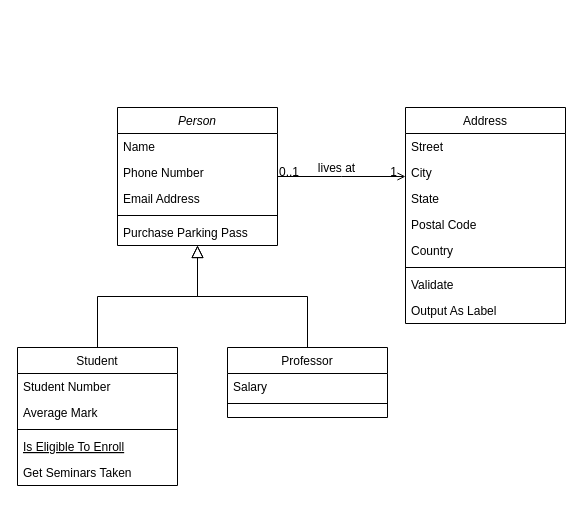
This is data/SQLQueries/relationExamples/one-to-one.drawio from SergeyMikhalev/job4j_design, a draw.io file, before an edit. Source tidied: cells renumbered, new cells numbered last; positions are measured from the earlier drawing's top-left corner, leaving out a move shared by most shapes. Both pictures are drawn from the tidied source at 100%, with x=0, y=0 at pixel (17, 107).
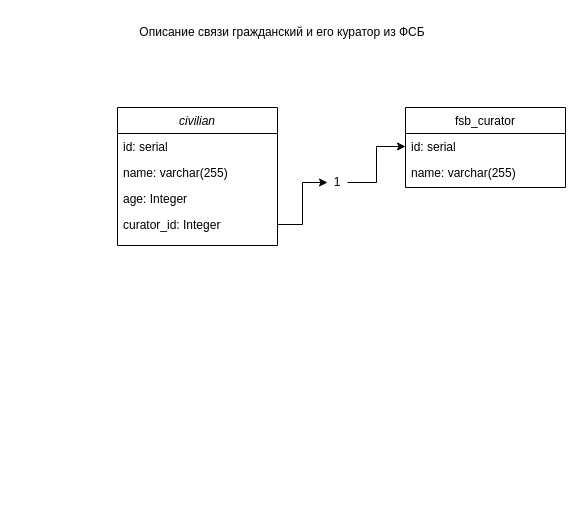
The same diagram, later.

The edit, as a diff of the source:
```diff
@@
-    <mxCell id="2" value="Person" style="swimlane;fontStyle=2;align=center;verticalAlign=top;horizontal=1;startSize=26;rounded=0;shadow=0;strokeWidth=1;" parent="1" vertex="1">
+    <mxCell id="2" value="civilian" style="swimlane;fontStyle=2;align=center;verticalAlign=top;horizontal=1;startSize=26;rounded=0;shadow=0;strokeWidth=1;" parent="1" vertex="1">
       <mxGeometry x="100" width="160" height="138" as="geometry" />
     </mxCell>
-    <mxCell id="3" value="Name" style="text;align=left;verticalAlign=top;spacingLeft=4;spacingRight=4;overflow=hidden;" parent="2" vertex="1">
+    <mxCell id="3" value="id: serial" style="text;align=left;verticalAlign=top;spacingLeft=4;spacingRight=4;overflow=hidden;" parent="2" vertex="1">
       <mxGeometry y="26" width="160" height="26" as="geometry" />
     </mxCell>
-    <mxCell id="4" value="Phone Number" style="text;align=left;verticalAlign=top;spacingLeft=4;spacingRight=4;overflow=hidden;rounded=0;shadow=0;html=0;" parent="2" vertex="1">
+    <mxCell id="4" value="name: varchar(255)" style="text;align=left;verticalAlign=top;spacingLeft=4;spacingRight=4;overflow=hidden;rounded=0;shadow=0;html=0;" parent="2" vertex="1">
       <mxGeometry y="52" width="160" height="26" as="geometry" />
     </mxCell>
-    <mxCell id="5" value="Email Address" style="text;align=left;verticalAlign=top;spacingLeft=4;spacingRight=4;overflow=hidden;rounded=0;shadow=0;html=0;" parent="2" vertex="1">
+    <mxCell id="5" value="age: Integer" style="text;align=left;verticalAlign=top;spacingLeft=4;spacingRight=4;overflow=hidden;rounded=0;shadow=0;html=0;" parent="2" vertex="1">
       <mxGeometry y="78" width="160" height="26" as="geometry" />
     </mxCell>
-    <mxCell id="6" style="line;html=1;strokeWidth=1;align=left;verticalAlign=middle;spacingTop=-1;spacingLeft=3;spacingRight=3;labelPosition=right;" parent="2" vertex="1">
-      <mxGeometry y="104" width="160" height="8" as="geometry" />
-    </mxCell>
-    <mxCell id="7" value="Purchase Parking Pass" style="text;align=left;verticalAlign=top;spacingLeft=4;spacingRight=4;overflow=hidden;points=[[0,0.5],[1,0.5]];portConstraint=eastwest;" parent="2" vertex="1">
-      <mxGeometry y="112" width="160" height="26" as="geometry" />
+    <mxCell id="7" value="curator_id: Integer" style="text;align=left;verticalAlign=top;spacingLeft=4;spacingRight=4;overflow=hidden;points=[[0,0.5],[1,0.5]];portConstraint=eastwest;" parent="2" vertex="1">
+      <mxGeometry y="104" width="160" height="26" as="geometry" />
     </mxCell>
-    <mxCell id="8" value="Student" style="swimlane;fontStyle=0;align=center;verticalAlign=top;horizontal=1;startSize=26;rounded=0;shadow=0;strokeWidth=1;" parent="1" vertex="1">
-      <mxGeometry y="240" width="160" height="138" as="geometry" />
-    </mxCell>
-    <mxCell id="9" value="Student Number" style="text;align=left;verticalAlign=top;spacingLeft=4;spacingRight=4;overflow=hidden;" parent="8" vertex="1">
-      <mxGeometry y="26" width="160" height="26" as="geometry" />
-    </mxCell>
-    <mxCell id="10" value="Average Mark" style="text;align=left;verticalAlign=top;spacingLeft=4;spacingRight=4;overflow=hidden;rounded=0;shadow=0;html=0;" parent="8" vertex="1">
-      <mxGeometry y="52" width="160" height="26" as="geometry" />
-    </mxCell>
-    <mxCell id="11" style="line;html=1;strokeWidth=1;align=left;verticalAlign=middle;spacingTop=-1;spacingLeft=3;spacingRight=3;labelPosition=right;" parent="8" vertex="1">
-      <mxGeometry y="78" width="160" height="8" as="geometry" />
-    </mxCell>
-    <mxCell id="12" value="Is Eligible To Enroll" style="text;align=left;verticalAlign=top;spacingLeft=4;spacingRight=4;overflow=hidden;fontStyle=4;" parent="8" vertex="1">
-      <mxGeometry y="86" width="160" height="26" as="geometry" />
-    </mxCell>
-    <mxCell id="13" value="Get Seminars Taken" style="text;align=left;verticalAlign=top;spacingLeft=4;spacingRight=4;overflow=hidden;" parent="8" vertex="1">
-      <mxGeometry y="112" width="160" height="26" as="geometry" />
-    </mxCell>
-    <mxCell id="14" style="endArrow=block;endSize=10;endFill=0;shadow=0;strokeWidth=1;rounded=0;edgeStyle=elbowEdgeStyle;elbow=vertical;" parent="1" edge="1" source="8" target="2">
-      <mxGeometry relative="1" as="geometry" />
-    </mxCell>
-    <mxCell id="15" value="Professor" style="swimlane;fontStyle=0;align=center;verticalAlign=top;horizontal=1;startSize=26;rounded=0;shadow=0;strokeWidth=1;" parent="1" vertex="1">
-      <mxGeometry x="210" y="240" width="160" height="70" as="geometry" />
-    </mxCell>
-    <mxCell id="16" value="Salary" style="text;align=left;verticalAlign=top;spacingLeft=4;spacingRight=4;overflow=hidden;" parent="15" vertex="1">
-      <mxGeometry y="26" width="160" height="26" as="geometry" />
-    </mxCell>
-    <mxCell id="17" style="line;html=1;strokeWidth=1;align=left;verticalAlign=middle;spacingTop=-1;spacingLeft=3;spacingRight=3;labelPosition=right;" parent="15" vertex="1">
-      <mxGeometry y="52" width="160" height="8" as="geometry" />
-    </mxCell>
-    <mxCell id="18" style="endArrow=block;endSize=10;endFill=0;shadow=0;strokeWidth=1;rounded=0;edgeStyle=elbowEdgeStyle;elbow=vertical;" parent="1" edge="1" source="15" target="2">
-      <mxGeometry relative="1" as="geometry" />
-    </mxCell>
-    <mxCell id="19" value="Address" style="swimlane;fontStyle=0;align=center;verticalAlign=top;horizontal=1;startSize=26;rounded=0;shadow=0;strokeWidth=1;" parent="1" vertex="1">
-      <mxGeometry x="388" width="160" height="216" as="geometry" />
+    <mxCell id="19" value="fsb_curator" style="swimlane;fontStyle=0;align=center;verticalAlign=top;horizontal=1;startSize=26;rounded=0;shadow=0;strokeWidth=1;" parent="1" vertex="1">
+      <mxGeometry x="388" width="160" height="80" as="geometry" />
     </mxCell>
-    <mxCell id="20" value="Street" style="text;align=left;verticalAlign=top;spacingLeft=4;spacingRight=4;overflow=hidden;points=[[0,0.5],[1,0.5]];portConstraint=eastwest;" parent="19" vertex="1">
+    <mxCell id="20" value="id: serial" style="text;align=left;verticalAlign=top;spacingLeft=4;spacingRight=4;overflow=hidden;points=[[0,0.5],[1,0.5]];portConstraint=eastwest;" parent="19" vertex="1">
       <mxGeometry y="26" width="160" height="26" as="geometry" />
     </mxCell>
-    <mxCell id="21" value="City" style="text;align=left;verticalAlign=top;spacingLeft=4;spacingRight=4;overflow=hidden;rounded=0;shadow=0;html=0;" parent="19" vertex="1">
+    <mxCell id="21" value="name: varchar(255)" style="text;align=left;verticalAlign=top;spacingLeft=4;spacingRight=4;overflow=hidden;rounded=0;shadow=0;html=0;" parent="19" vertex="1">
       <mxGeometry y="52" width="160" height="26" as="geometry" />
     </mxCell>
-    <mxCell id="22" value="State" style="text;align=left;verticalAlign=top;spacingLeft=4;spacingRight=4;overflow=hidden;rounded=0;shadow=0;html=0;" parent="19" vertex="1">
-      <mxGeometry y="78" width="160" height="26" as="geometry" />
-    </mxCell>
-    <mxCell id="23" value="Postal Code" style="text;align=left;verticalAlign=top;spacingLeft=4;spacingRight=4;overflow=hidden;rounded=0;shadow=0;html=0;" parent="19" vertex="1">
-      <mxGeometry y="104" width="160" height="26" as="geometry" />
-    </mxCell>
-    <mxCell id="24" value="Country" style="text;align=left;verticalAlign=top;spacingLeft=4;spacingRight=4;overflow=hidden;rounded=0;shadow=0;html=0;" parent="19" vertex="1">
-      <mxGeometry y="130" width="160" height="26" as="geometry" />
-    </mxCell>
-    <mxCell id="25" style="line;html=1;strokeWidth=1;align=left;verticalAlign=middle;spacingTop=-1;spacingLeft=3;spacingRight=3;labelPosition=right;" parent="19" vertex="1">
-      <mxGeometry y="156" width="160" height="8" as="geometry" />
-    </mxCell>
-    <mxCell id="26" value="Validate" style="text;align=left;verticalAlign=top;spacingLeft=4;spacingRight=4;overflow=hidden;" parent="19" vertex="1">
-      <mxGeometry y="164" width="160" height="26" as="geometry" />
-    </mxCell>
-    <mxCell id="27" value="Output As Label" style="text;align=left;verticalAlign=top;spacingLeft=4;spacingRight=4;overflow=hidden;" parent="19" vertex="1">
-      <mxGeometry y="190" width="160" height="26" as="geometry" />
-    </mxCell>
-    <mxCell id="28" style="endArrow=open;shadow=0;strokeWidth=1;rounded=0;endFill=1;edgeStyle=elbowEdgeStyle;elbow=vertical;" parent="1" edge="1" source="2" target="19">
-      <mxGeometry x="0.5" y="41" relative="1" as="geometry">
-        <mxPoint x="-40" y="32" as="offset" />
-      </mxGeometry>
-    </mxCell>
-    <mxCell id="29" value="0..1" style="align=left;verticalAlign=bottom;labelBackgroundColor=none;fontSize=12;" parent="28" vertex="1">
-      <mxGeometry x="-1" relative="1" as="geometry">
-        <mxPoint y="4" as="offset" />
-      </mxGeometry>
-    </mxCell>
+    <mxCell id="32" style="edgeStyle=orthogonalEdgeStyle;rounded=0;jettySize=auto;html=1;exitX=1;exitY=0.5;exitDx=0;exitDy=0;entryX=0;entryY=0.5;entryDx=0;entryDy=0;" parent="1" edge="1" source="30" target="20">
+      <mxGeometry relative="1" as="geometry" />
+    </mxCell>
-    <mxCell id="30" value="1" style="align=right;verticalAlign=bottom;labelBackgroundColor=none;fontSize=12;" parent="28" vertex="1">
-      <mxGeometry x="1" relative="1" as="geometry">
-        <mxPoint x="-7" y="4" as="offset" />
-      </mxGeometry>
+    <mxCell id="30" value="1" style="text;html=1;strokeColor=none;fillColor=none;align=center;verticalAlign=middle;whiteSpace=wrap;rounded=0;" parent="1" vertex="1">
+      <mxGeometry x="310" y="60" width="20" height="30" as="geometry" />
     </mxCell>
-    <mxCell id="31" value="lives at" style="text;html=1;align=center;verticalAlign=middle;labelBackgroundColor=none;rounded=0;shadow=0;strokeWidth=1;fontSize=12;" parent="28" vertex="1">
-      <mxGeometry x="0.5" y="49" relative="1" as="geometry">
-        <mxPoint x="-38" y="40" as="offset" />
-      </mxGeometry>
-    </mxCell>
+    <mxCell id="33" style="edgeStyle=orthogonalEdgeStyle;rounded=0;jettySize=auto;html=1;entryX=0;entryY=0.5;entryDx=0;entryDy=0;" parent="1" edge="1" source="7" target="30">
+      <mxGeometry relative="1" as="geometry" />
+    </mxCell>
+    <mxCell id="34" value="Описание связи гражданский и его куратор из ФСБ" style="text;html=1;strokeColor=none;fillColor=none;align=center;verticalAlign=middle;whiteSpace=wrap;rounded=0;" parent="1" vertex="1">
+      <mxGeometry x="100" y="-90" width="330" height="30" as="geometry" />
+    </mxCell>
```
